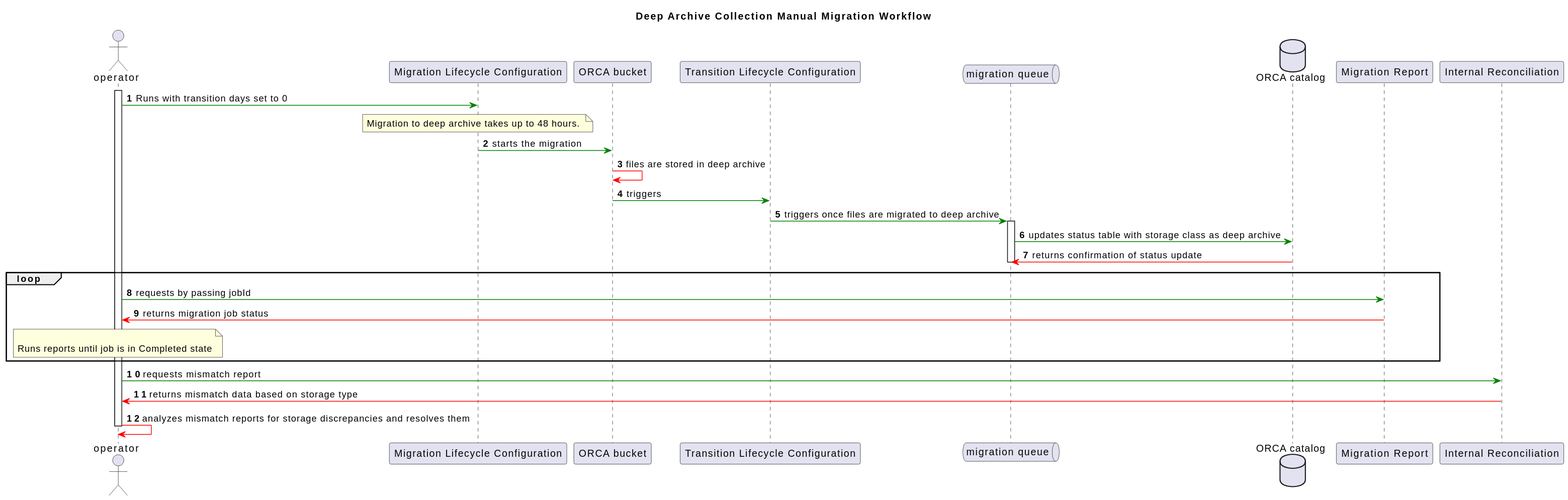
The PlantUML diagram website/static/img/Deep-Archive-Migration-workflow-manual.svg in nasa/cumulus-orca, before a commit.
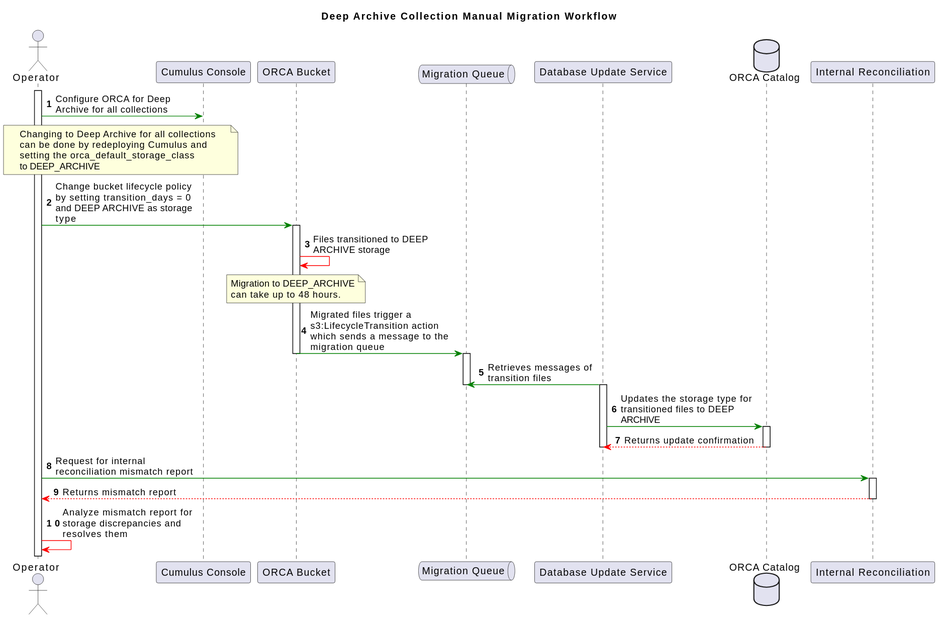
The same file after the commit.

Commit message:
updated workflow drawings

Diff of the diagram source:
```diff
@@ -1,52 +1,51 @@
 @startuml
+skinparam maxMessageSize 200
+
+
 title "Deep Archive Collection Manual Migration Workflow"
 
-actor operator
-participant "Migration Lifecycle Configuration" as mlc
-participant "ORCA bucket" as ob
+actor Operator as operator
+participant "Cumulus Console" as cc
+participant "ORCA Bucket" as ob
 
-participant "Transition Lifecycle Configuration" as tlc
 
-queue "migration queue" as mq
-database "ORCA catalog" as oc
-participant "Migration Report" as mr
+queue "Migration Queue" as mq
+participant "Database Update Service" as dus
+database "ORCA Catalog" as oc
 participant "Internal Reconciliation" as ir
 autonumber
-
 activate operator
 
-operator-[#green]> mlc: Runs with transition days set to 0
+operator-[#green]> cc: Configure ORCA for Deep Archive for all collections
+note over operator,cc
+Changing to Deep Archive for all collections
+can be done by redeploying Cumulus and
+setting the orca_default_storage_class
+to DEEP_ARCHIVE
+end note
+operator-[#green]> ob: Change bucket lifecycle policy by setting transition_days = 0 and DEEP ARCHIVE as storage type
+activate ob
+ob-[#red]> ob: Files transitioned to DEEP ARCHIVE storage
 
-note over mlc
-Migration to deep archive takes up to 48 hours.
+note over ob
+Migration to DEEP_ARCHIVE
+can take up to 48 hours.
 end note
 
-mlc-[#green]> ob: starts the migration
-
-ob-[#red]>ob: files are stored in deep archive
-
-ob-[#green]> tlc: triggers
-
-tlc-[#green]> mq: triggers once files are migrated to deep archive
-
+ob-[#green]> mq: Migrated files trigger a s3:LifecycleTransition action which sends a message to the migration queue
+deactivate ob
 activate mq
-mq-[#green]> oc: updates status table with storage class as deep archive
-
-oc-[#red]> mq: returns confirmation of status update
+dus-[#green]> mq: Retrieves messages of transition files
 deactivate mq
-loop
-operator -[#green]> mr: requests by passing jobId
-mr -[#red]> operator: returns migration job status
-note over operator
-
-Runs reports until job is in Completed state
-end note
-
-end
-
-operator-[#green]> ir: requests mismatch report
-ir-[#red]> operator: returns mismatch data based on storage type
-operator -[#red]> operator: analyzes mismatch reports for storage discrepancies and resolves them
-
-deactivate operator
+activate dus
+dus-[#green]> oc: Updates the storage type for transitioned files to DEEP ARCHIVE
+activate oc
+oc--[#red]> dus: Returns update confirmation
+deactivate oc
+deactivate dus
+operator-[#green]> ir: Request for internal reconciliation mismatch report
+activate ir
+ir--[#red]> operator: Returns mismatch report
+deactivate ir
+operator-[#red]> operator: Analyze mismatch report for storage discrepancies and resolves them
 @enduml
```
